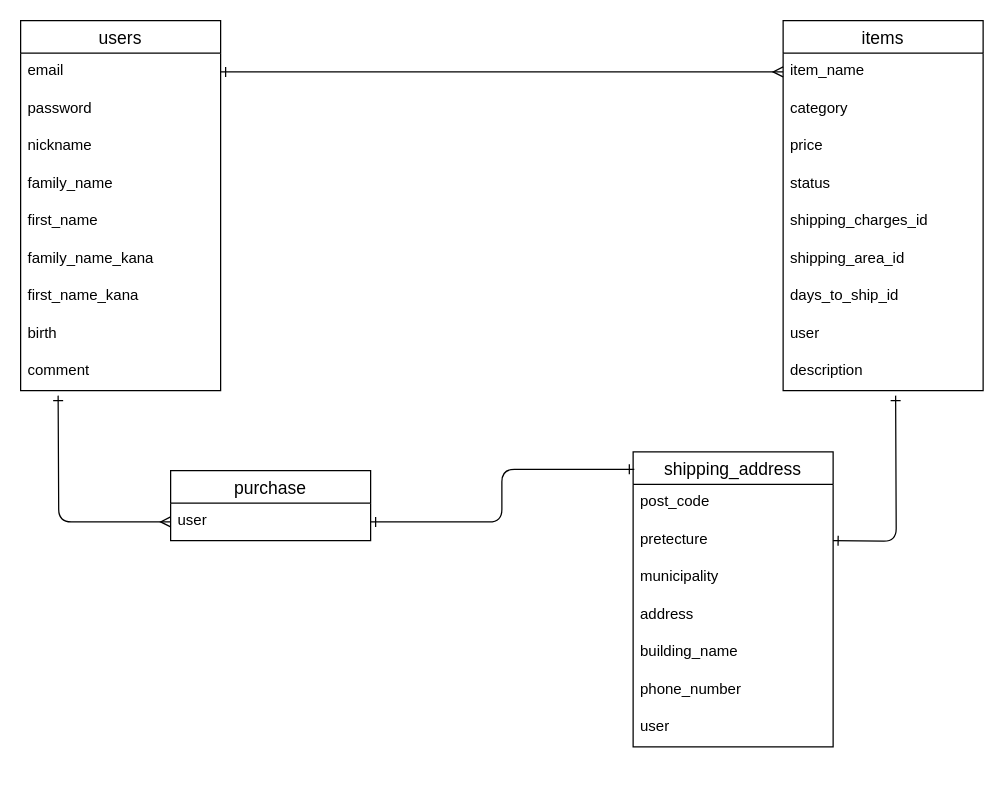
Before: ER.dio in masashikuwahara/furima-35089, a draw.io diagram. Source tidied: cells renumbered, new cells numbered last; positions are measured from the earlier drawing's top-left corner, leaving out a move shared by most shapes. Both pictures are drawn from the tidied source at 125%, with x=0, y=0 at pixel (20, 20).
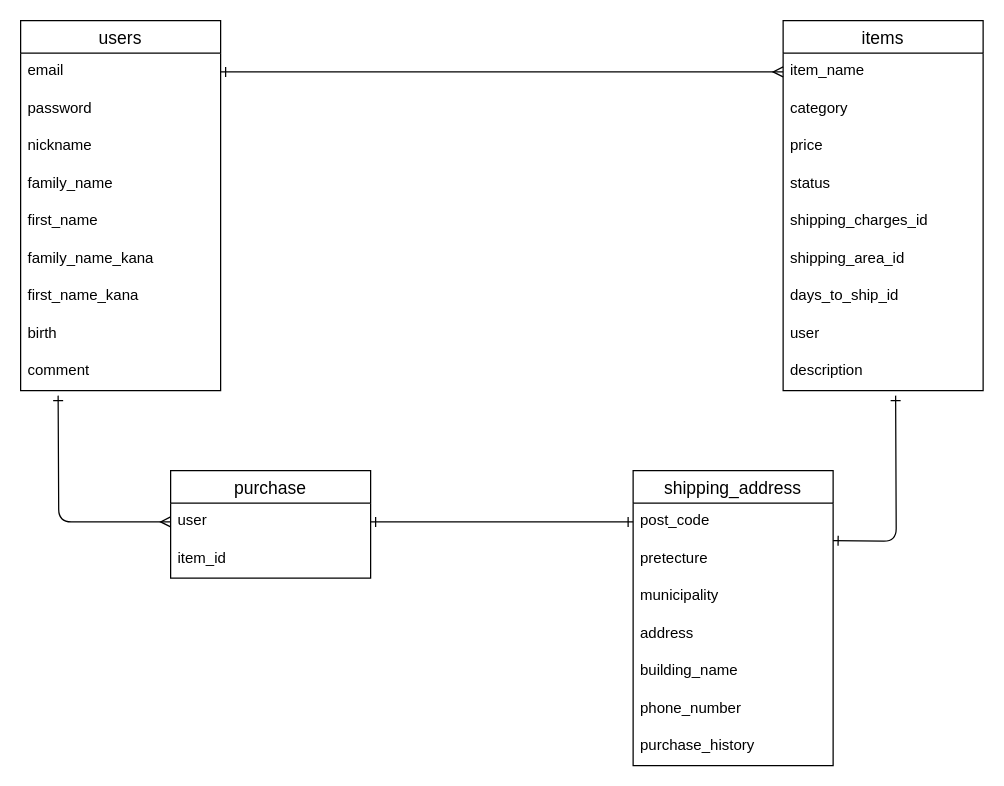
After the change.

Unchanged cells that the change refers to:
```xml
<mxCell id="15" value="user" style="text;strokeColor=none;fillColor=none;spacingLeft=4;spacingRight=4;overflow=hidden;points=[[0,0.5],[1,0.5]];portConstraint=eastwest;fontSize=12;" parent="14" vertex="1">
  <mxGeometry y="26" width="160" height="30" as="geometry" />
</mxCell>
<mxCell id="28" value="post_code" style="text;strokeColor=none;fillColor=none;spacingLeft=4;spacingRight=4;overflow=hidden;points=[[0,0.5],[1,0.5]];portConstraint=eastwest;fontSize=12;" parent="27" vertex="1">
  <mxGeometry y="26" width="160" height="30" as="geometry" />
</mxCell>
```

The edit, as a diff of the source:
```diff
@@
     <mxCell id="14" value="purchase" style="swimlane;fontStyle=0;horizontal=1;startSize=26;align=center;fontSize=14;rounded=0;sketch=0;" parent="1" vertex="1">
-      <mxGeometry x="120" y="360" width="160" height="56" as="geometry" />
+      <mxGeometry x="120" y="360" width="160" height="86" as="geometry" />
     </mxCell>
@@
+    <mxCell id="37" value="item_id" style="text;strokeColor=none;fillColor=none;spacingLeft=4;spacingRight=4;overflow=hidden;fontSize=12;" parent="14" vertex="1">
+      <mxGeometry y="56" width="160" height="30" as="geometry" />
+    </mxCell>
@@
     <mxCell id="27" value="shipping_address" style="swimlane;fontStyle=0;horizontal=1;startSize=26;align=center;fontSize=14;rounded=0;sketch=0;" parent="1" vertex="1">
-      <mxGeometry x="490" y="345" width="160" height="236" as="geometry" />
+      <mxGeometry x="490" y="360" width="160" height="236" as="geometry" />
     </mxCell>
@@
-    <mxCell id="34" value="user" style="text;strokeColor=none;fillColor=none;spacingLeft=4;spacingRight=4;overflow=hidden;fontSize=12;" parent="27" vertex="1">
+    <mxCell id="34" value="purchase_history" style="text;strokeColor=none;fillColor=none;spacingLeft=4;spacingRight=4;overflow=hidden;fontSize=12;" parent="27" vertex="1">
       <mxGeometry y="206" width="160" height="30" as="geometry" />
     </mxCell>
@@
-    <mxCell id="36" style="edgeStyle=orthogonalEdgeStyle;curved=0;rounded=1;sketch=0;jettySize=auto;html=1;exitX=1;exitY=0.5;exitDx=0;exitDy=0;entryX=0.006;entryY=0.059;entryDx=0;entryDy=0;entryPerimeter=0;startArrow=ERone;startFill=0;endArrow=ERone;endFill=0;" parent="1" edge="1" source="15" target="27">
+    <mxCell id="36" style="edgeStyle=orthogonalEdgeStyle;curved=0;rounded=1;sketch=0;jettySize=auto;html=1;exitX=1;exitY=0.5;exitDx=0;exitDy=0;entryX=0;entryY=0.5;entryDx=0;entryDy=0;startArrow=ERone;startFill=0;endArrow=ERone;endFill=0;" parent="1" edge="1" source="15" target="28">
       <mxGeometry relative="1" as="geometry" />
     </mxCell>
```
